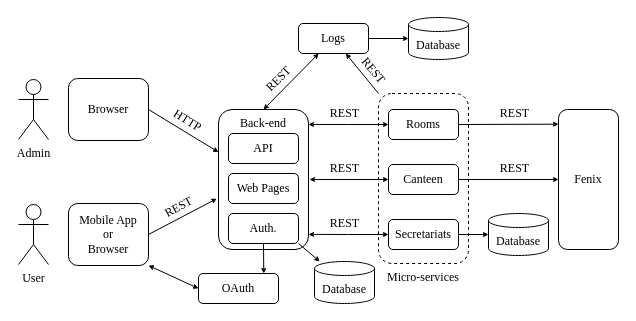
Above: Architecture.drawio in vascocandeias/IST-information-system (draw.io), before the change. Source tidied: cells renumbered, new cells numbered last; positions are measured from the earlier drawing's top-left corner, leaving out a move shared by most shapes. Both pictures are drawn from the tidied source at 100%, with x=0, y=0 at pixel (18, 17).
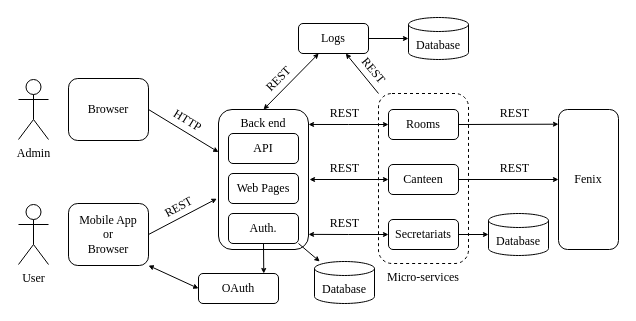
The same diagram, later.

What changed in the source:
```diff
@@
-    <mxCell id="5" value="Back-end" style="rounded=1;whiteSpace=wrap;html=1;fillColor=none;fontFamily=Times New Roman;fontSize=12;verticalAlign=top;" parent="1" vertex="1">
+    <mxCell id="5" value="Back end" style="rounded=1;whiteSpace=wrap;html=1;fillColor=none;fontFamily=Times New Roman;fontSize=12;verticalAlign=top;" parent="1" vertex="1">
       <mxGeometry x="200" y="92" width="90" height="140" as="geometry" />
     </mxCell>
```
